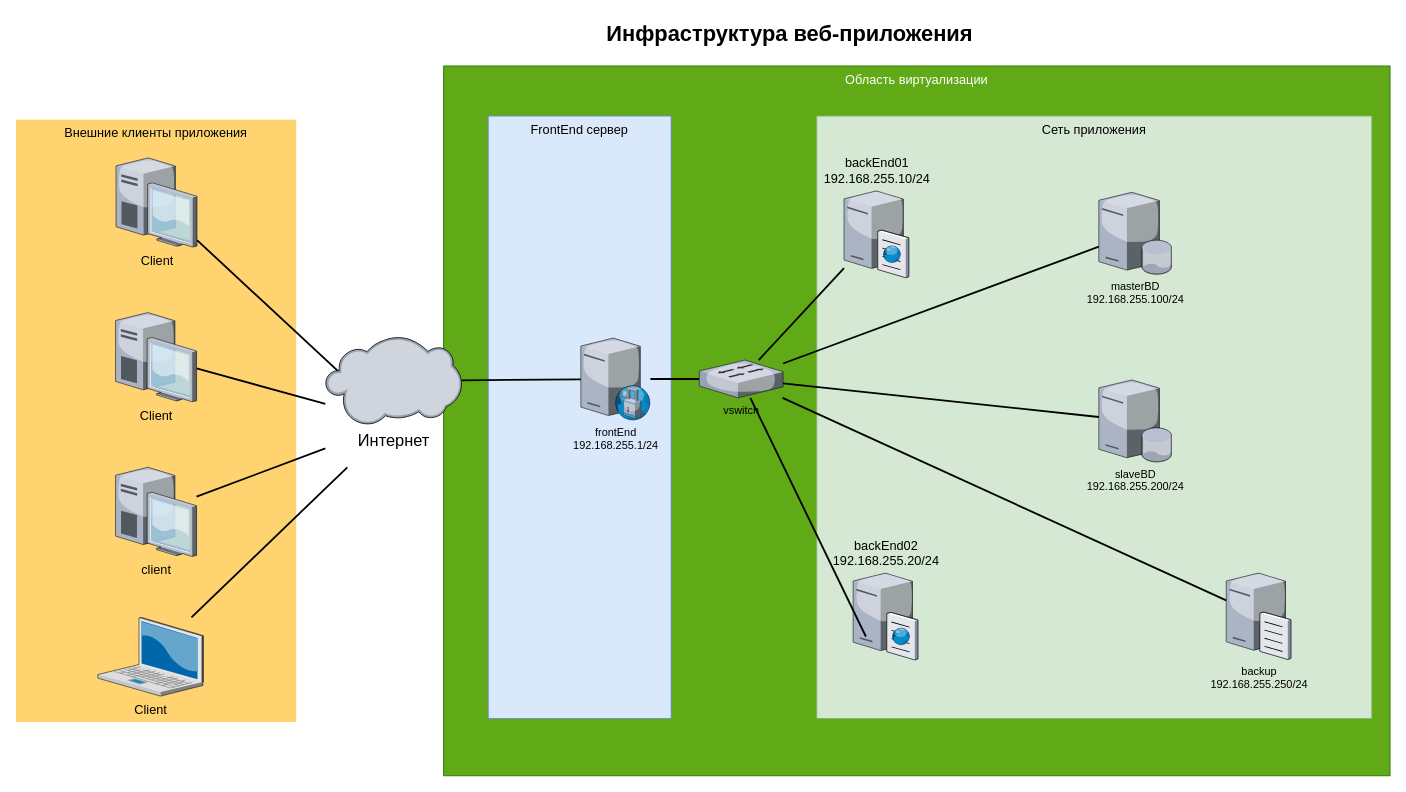
The draw.io diagram images/infrastructure_webapp.drawio in gkronalf/arch_webapp, before the edit. Source tidied: cells renumbered, new cells numbered last; positions are measured from the earlier drawing's top-left corner, leaving out a move shared by most shapes. Both pictures are drawn from the tidied source at 91%, with x=0, y=0 at pixel (15, 15).
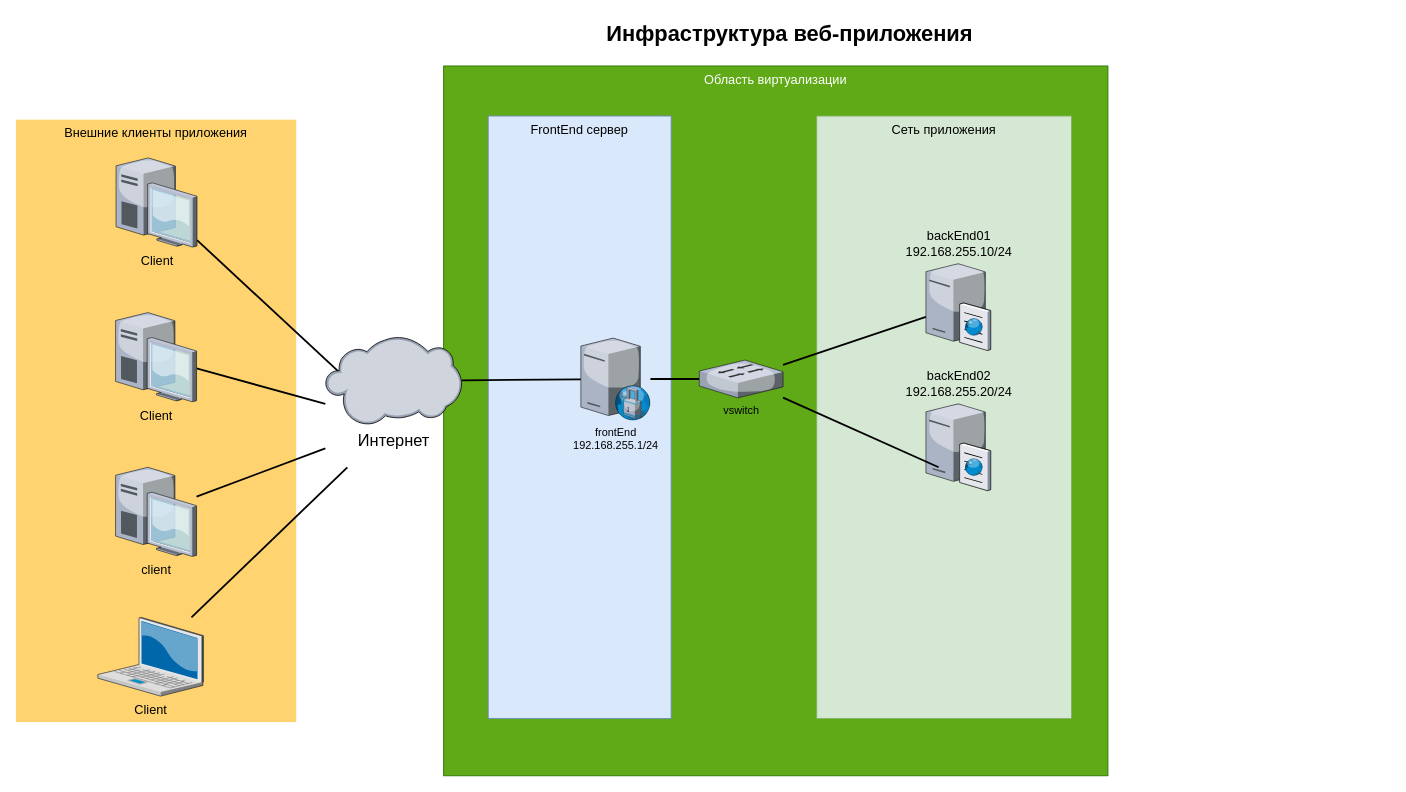
Above is the later version.

The change refers to these unchanged cells:
```xml
<mxCell id="27" value="vswitch" style="verticalLabelPosition=bottom;sketch=0;html=1;verticalAlign=top;strokeColor=none;align=center;outlineConnect=0;shape=mxgraph.citrix.switch;" parent="1" vertex="1">
  <mxGeometry x="751" y="378.2" width="92" height="41.5" as="geometry" />
</mxCell>
```

What changed in the source:
```diff
@@
     <mxCell id="2" value="Область виртуализации" style="whiteSpace=wrap;html=1;fillColor=#60a917;fontSize=14;strokeColor=#2D7600;verticalAlign=top;fontColor=#ffffff;" parent="1" vertex="1">
-      <mxGeometry x="470" y="55" width="1040" height="780" as="geometry" />
+      <mxGeometry x="470" y="55" width="730" height="780" as="geometry" />
     </mxCell>
     <mxCell id="3" value="Сеть приложения" style="whiteSpace=wrap;html=1;fillColor=#d5e8d4;fontSize=14;strokeColor=#82b366;verticalAlign=top;" parent="1" vertex="1">
-      <mxGeometry x="880" y="110" width="610" height="662" as="geometry" />
+      <mxGeometry x="880" y="110" width="280" height="662" as="geometry" />
     </mxCell>
@@
     <mxCell id="18" value="backEnd01&lt;div&gt;192.168.255.10/24&lt;/div&gt;" style="verticalLabelPosition=top;html=1;verticalAlign=bottom;strokeColor=none;shape=mxgraph.citrix.cache_server;fillColor=#66B2FF;gradientColor=#0066CC;fontSize=14;labelPosition=center;align=center;" parent="1" vertex="1">
-      <mxGeometry x="910" y="190" width="71" height="97.5" as="geometry" />
+      <mxGeometry x="1000" y="270" width="71" height="97.5" as="geometry" />
     </mxCell>
-    <mxCell id="19" value="masterBD&lt;div&gt;192.168.255.100/24&lt;/div&gt;" style="verticalLabelPosition=bottom;sketch=0;html=1;verticalAlign=top;strokeColor=none;align=center;outlineConnect=0;shape=mxgraph.citrix.database_server;" parent="1" vertex="1">
-      <mxGeometry x="1190" y="193.8" width="80" height="90" as="geometry" />
-    </mxCell>
-    <mxCell id="20" value="slaveBD&lt;div&gt;192.168.255.200/24&lt;/div&gt;" style="verticalLabelPosition=bottom;sketch=0;html=1;verticalAlign=top;strokeColor=none;align=center;outlineConnect=0;shape=mxgraph.citrix.database_server;" parent="1" vertex="1">
-      <mxGeometry x="1190" y="400" width="80" height="90" as="geometry" />
-    </mxCell>
@@
     <mxCell id="22" value="backEnd02&lt;div&gt;192.168.255.20/24&lt;/div&gt;" style="verticalLabelPosition=top;html=1;verticalAlign=bottom;strokeColor=none;shape=mxgraph.citrix.cache_server;fillColor=#66B2FF;gradientColor=#0066CC;fontSize=14;labelPosition=center;align=center;" parent="1" vertex="1">
-      <mxGeometry x="920" y="610" width="71" height="97.5" as="geometry" />
+      <mxGeometry x="1000" y="424" width="71" height="97.5" as="geometry" />
     </mxCell>
@@
-    <mxCell id="24" style="edgeStyle=none;rounded=0;html=1;startSize=10;endSize=10;jettySize=auto;fontSize=14;endArrow=none;endFill=0;strokeWidth=2;" parent="1" edge="1" source="19" target="27">
-      <mxGeometry relative="1" as="geometry" />
-    </mxCell>
-    <mxCell id="25" value="backup&lt;div&gt;192.168.255.250/24&lt;/div&gt;" style="verticalLabelPosition=bottom;sketch=0;html=1;verticalAlign=top;strokeColor=none;align=center;outlineConnect=0;shape=mxgraph.citrix.file_server;" parent="1" vertex="1">
-      <mxGeometry x="1330" y="610" width="71" height="97" as="geometry" />
-    </mxCell>
-    <mxCell id="26" style="edgeStyle=none;rounded=0;html=1;startSize=10;endSize=10;jettySize=auto;fontSize=14;endArrow=none;endFill=0;strokeWidth=2;" parent="1" edge="1" source="27" target="25">
-      <mxGeometry relative="1" as="geometry" />
-    </mxCell>
@@
-    <mxCell id="29" style="edgeStyle=none;rounded=0;html=1;startSize=10;endSize=10;jettySize=auto;fontSize=14;endArrow=none;endFill=0;strokeWidth=2;" parent="1" edge="1" source="20" target="27">
-      <mxGeometry relative="1" as="geometry" />
-    </mxCell>
```
